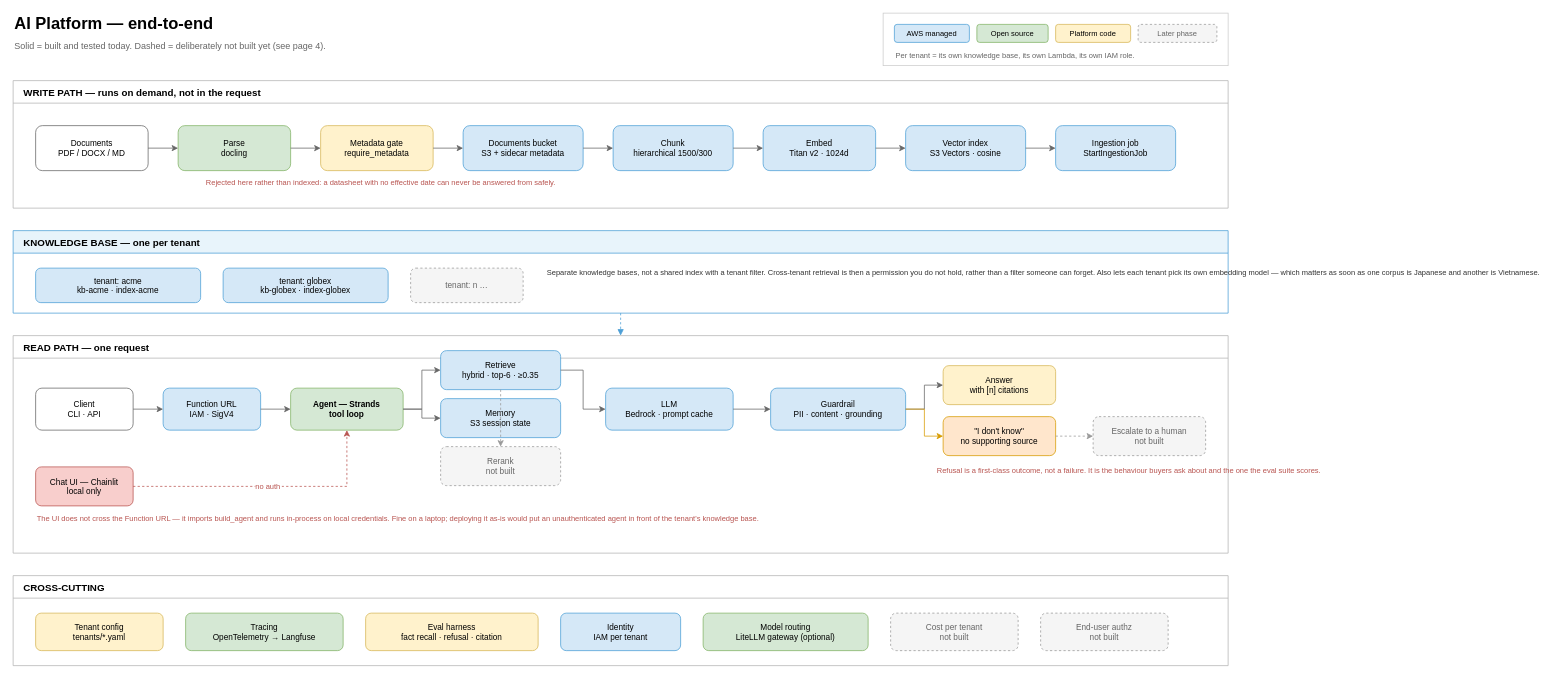
This is page "1. End-to-end" (1 of 4) of docs/architecture.drawio from gnutvz/AWS-GenAI-Platform, a draw.io file, before an edit. Source tidied: cells renumbered, new cells numbered last; positions are measured from the earlier drawing's top-left corner, leaving out a move shared by most shapes. Both pictures are drawn from the tidied source at 75%, with x=0, y=0 at pixel (13, 13).
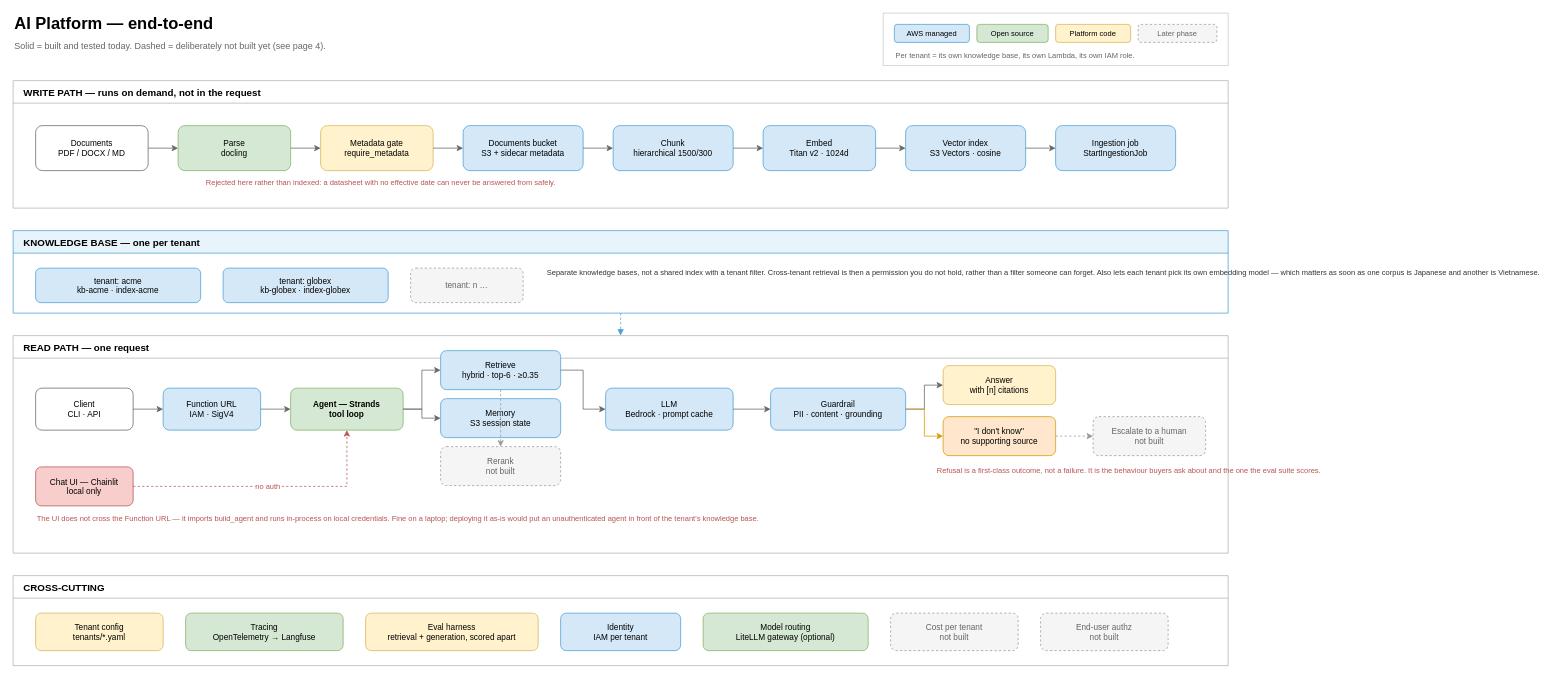
After the change.

Commit message (it also covers changes not shown here):
Measure retrieval, not just generation (0.4.0)

Unchanged cells that the change refers to:
```xml
<mxCell id="59" value="CROSS-CUTTING" style="swimlane;startSize=30;fillColor=none;strokeColor=#B3B3B3;fontSize=13;fontStyle=1;align=left;spacingLeft=12;" parent="1" vertex="1">
  <mxGeometry y="750" width="1620" height="120" as="geometry" />
</mxCell>
```

The edit, as a diff of the source:
```diff
@@
-    <mxCell id="62" value="Eval harness&#10;fact recall · refusal · citation" style="rounded=1;fillColor=#FFF2CC;strokeColor=#D6B656;fontSize=11;" parent="59" vertex="1">
+    <mxCell id="62" value="Eval harness&#10;retrieval + generation, scored apart" style="rounded=1;fillColor=#FFF2CC;strokeColor=#D6B656;fontSize=11;" parent="59" vertex="1">
       <mxGeometry x="470" y="50" width="230" height="50" as="geometry" />
     </mxCell>
```
